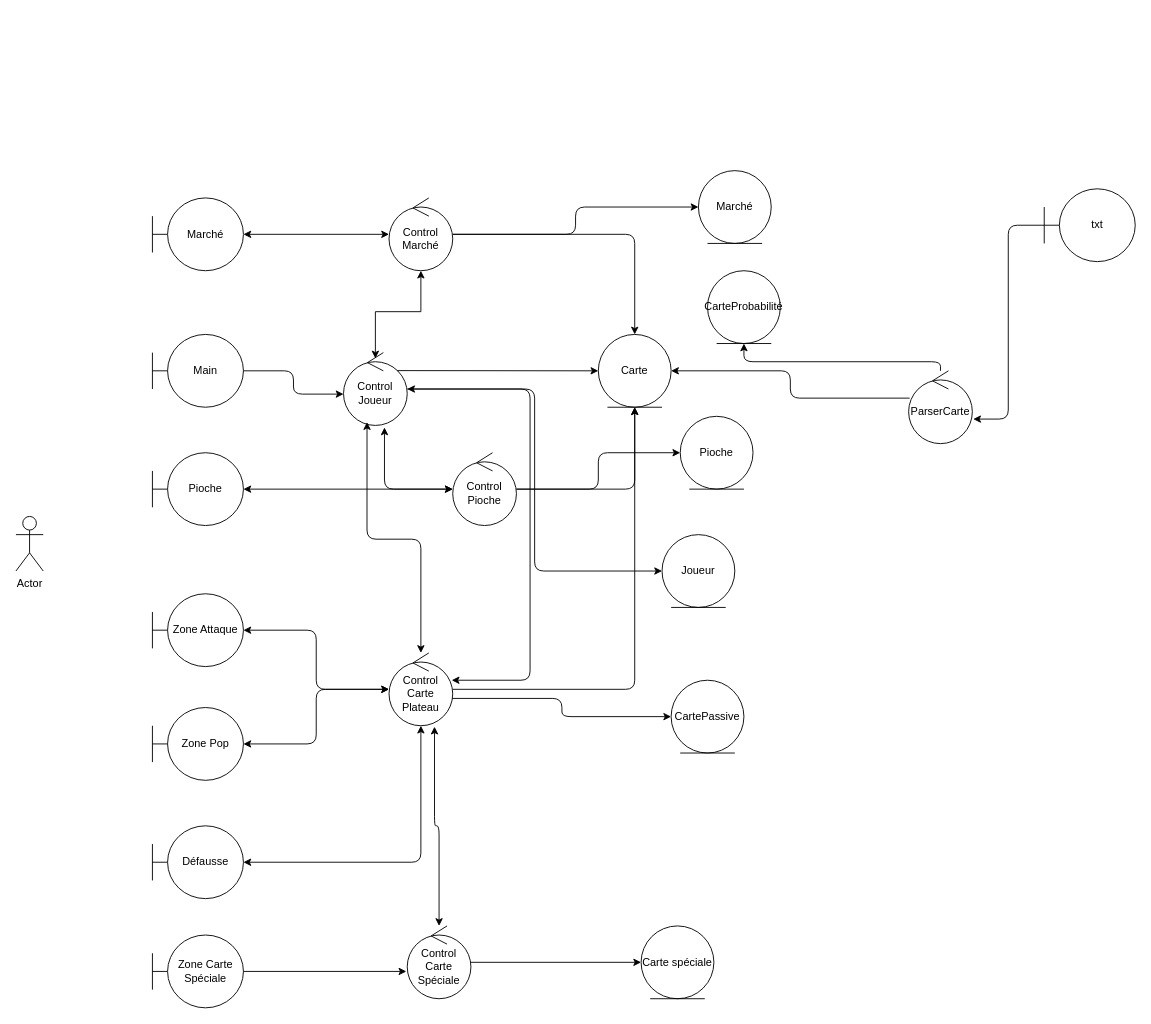
The draw.io diagram Diagramme de robustesse.drawio in coco875/ProjetPirate, before the edit. Source tidied: cells renumbered, new cells numbered last; positions are measured from the earlier drawing's top-left corner, leaving out a move shared by most shapes. Both pictures are drawn from the tidied source at 91%, with x=0, y=0 at pixel (15, 170).
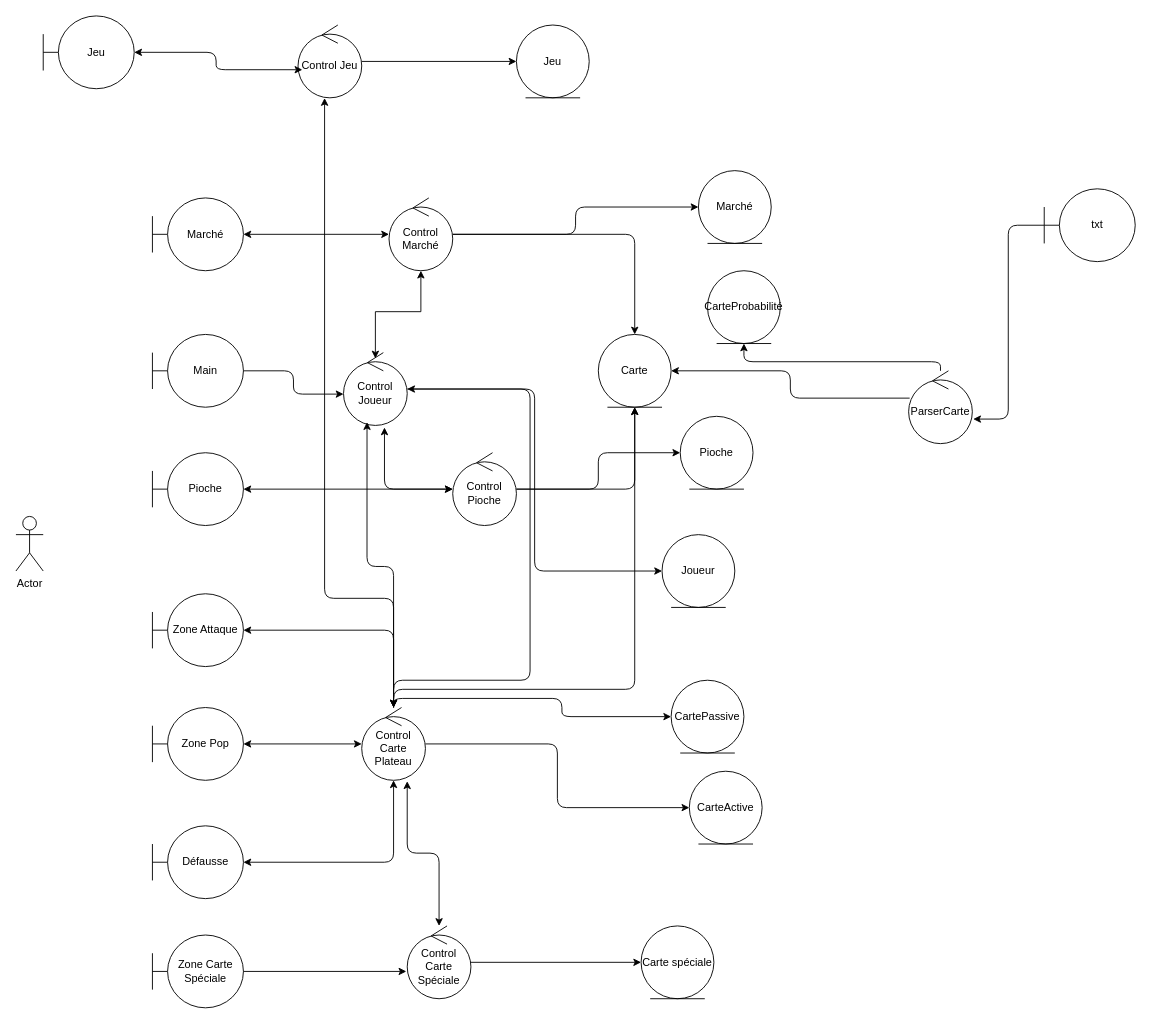
Above is the later version.

Commit message:
rajout ecb jeu

The change refers to these unchanged cells:
```xml
<mxCell id="17" value="Control Joueur" style="ellipse;shape=umlControl;whiteSpace=wrap;html=1;" parent="1" vertex="1">
  <mxGeometry x="360" y="200" width="70" height="80" as="geometry" />
</mxCell>
<mxCell id="20" value="Carte" style="ellipse;shape=umlEntity;whiteSpace=wrap;html=1;" parent="1" vertex="1">
  <mxGeometry x="640" y="180" width="80" height="80" as="geometry" />
</mxCell>
```

The edit, as a diff of the source:
```diff
@@
+    <mxCell id="48" style="edgeStyle=orthogonalEdgeStyle;rounded=1;jettySize=auto;html=1;entryX=0;entryY=0.5;entryDx=0;entryDy=0;curved=0;" parent="1" edge="1" source="15" target="49">
+      <mxGeometry relative="1" as="geometry" />
+    </mxCell>
     <mxCell id="15" value="Control Carte Plateau" style="ellipse;shape=umlControl;whiteSpace=wrap;html=1;" parent="1" vertex="1">
-      <mxGeometry x="410" y="530" width="70" height="80" as="geometry" />
+      <mxGeometry x="380" y="590" width="70" height="80" as="geometry" />
     </mxCell>
@@
-    <mxCell id="19" style="edgeStyle=none;html=1;exitX=0.845;exitY=0.247;exitDx=0;exitDy=0;exitPerimeter=0;" parent="1" edge="1" source="17" target="20">
-      <mxGeometry relative="1" as="geometry" />
-    </mxCell>
@@
+    <mxCell id="49" value="CarteActive" style="ellipse;shape=umlEntity;whiteSpace=wrap;html=1;" parent="1" vertex="1">
+      <mxGeometry x="740" y="660" width="80" height="80" as="geometry" />
+    </mxCell>
+    <mxCell id="50" value="Jeu" style="shape=umlBoundary;whiteSpace=wrap;html=1;" parent="1" vertex="1">
+      <mxGeometry x="30" y="-170" width="100" height="80" as="geometry" />
+    </mxCell>
+    <mxCell id="51" style="edgeStyle=orthogonalEdgeStyle;rounded=0;jettySize=auto;html=1;entryX=0;entryY=0.5;entryDx=0;entryDy=0;" parent="1" edge="1" source="52" target="53">
+      <mxGeometry relative="1" as="geometry" />
+    </mxCell>
+    <mxCell id="52" value="Control&amp;nbsp;&lt;span style=&quot;background-color: transparent; color: light-dark(rgb(0, 0, 0), rgb(255, 255, 255));&quot;&gt;Jeu&lt;/span&gt;" style="ellipse;shape=umlControl;whiteSpace=wrap;html=1;" parent="1" vertex="1">
+      <mxGeometry x="310" y="-160" width="70" height="80" as="geometry" />
+    </mxCell>
+    <mxCell id="53" value="Jeu" style="ellipse;shape=umlEntity;whiteSpace=wrap;html=1;" parent="1" vertex="1">
+      <mxGeometry x="550" y="-160" width="80" height="80" as="geometry" />
+    </mxCell>
+    <mxCell id="54" style="edgeStyle=orthogonalEdgeStyle;rounded=1;jettySize=auto;html=1;entryX=0.417;entryY=1.003;entryDx=0;entryDy=0;entryPerimeter=0;curved=0;" parent="1" edge="1" source="15" target="52">
+      <mxGeometry relative="1" as="geometry">
+        <Array as="points">
+          <mxPoint x="415" y="470" />
+          <mxPoint x="339" y="470" />
+        </Array>
+      </mxGeometry>
+    </mxCell>
+    <mxCell id="55" style="edgeStyle=orthogonalEdgeStyle;rounded=1;jettySize=auto;html=1;entryX=0.068;entryY=0.614;entryDx=0;entryDy=0;entryPerimeter=0;curved=0;startArrow=classic;startFill=1;" parent="1" edge="1" source="50" target="52">
+      <mxGeometry relative="1" as="geometry" />
+    </mxCell>
```
